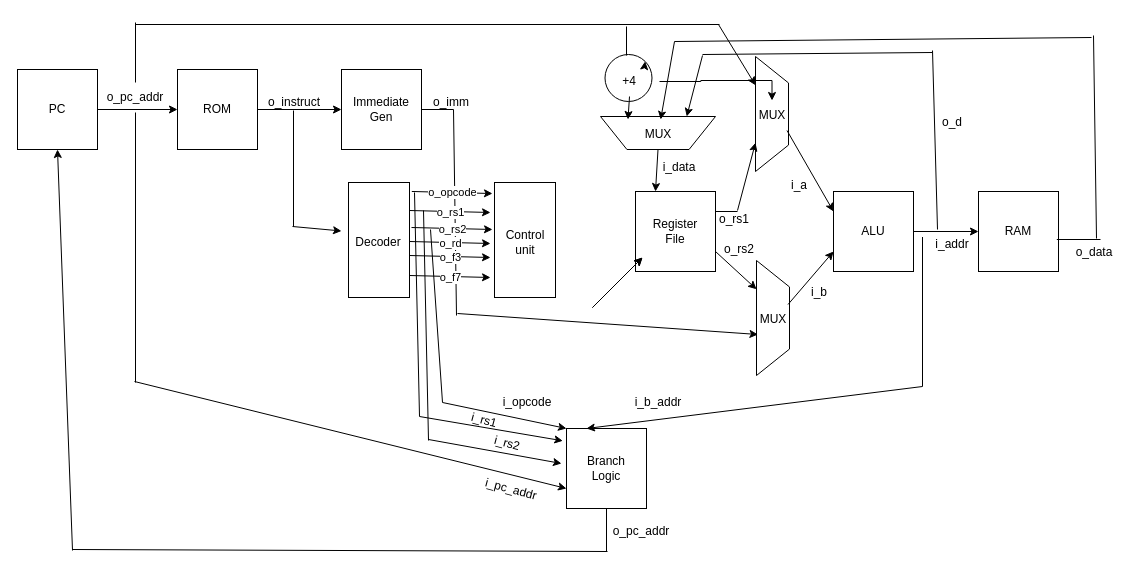
Earlier version of the draw.io diagram docs/workings/cpu.drawio (r4hulrr/micro-rv). Source tidied: cells renumbered, new cells numbered last; positions are measured from the earlier drawing's top-left corner, leaving out a move shared by most shapes. Both pictures are drawn from the tidied source at 100%, with x=0, y=0 at pixel (17, 22).
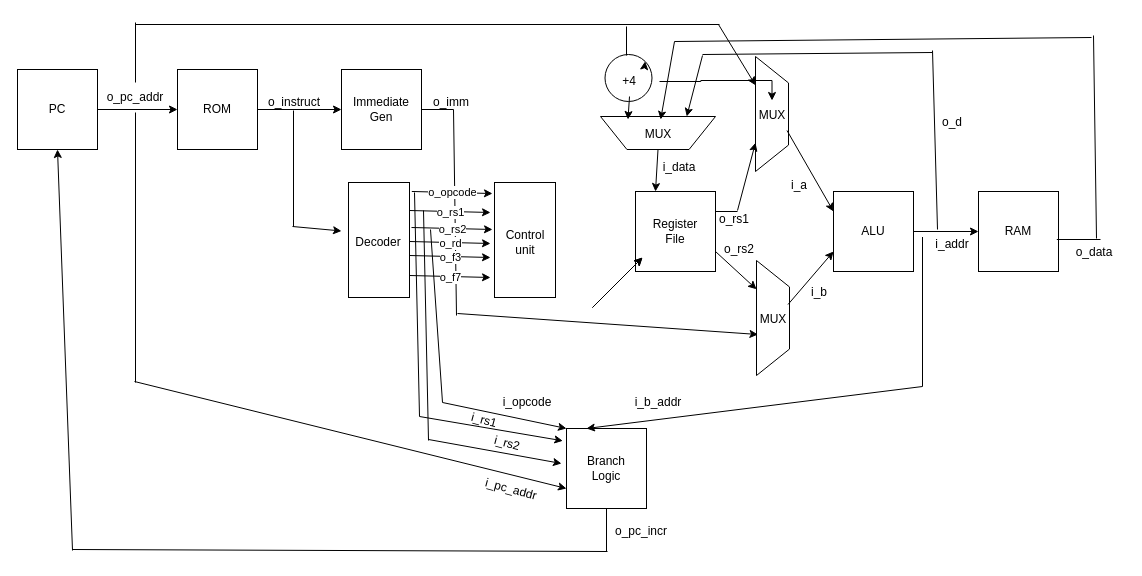
After the change.

Commit message (it also covers changes not shown here):
added completed architecture for a single cycle rv32i - should work on this hopefully

Change to the diagram source:
```diff
@@
-    <mxCell id="107" value="&lt;font style=&quot;color: light-dark(rgb(0, 0, 0), rgb(0, 0, 0));&quot;&gt;o_pc_addr&lt;/font&gt;" style="text;html=1;align=center;verticalAlign=middle;whiteSpace=wrap;rounded=0;" parent="1" vertex="1">
+    <mxCell id="107" value="&lt;font style=&quot;color: light-dark(rgb(0, 0, 0), rgb(0, 0, 0));&quot;&gt;o_pc_incr&lt;/font&gt;" style="text;html=1;align=center;verticalAlign=middle;whiteSpace=wrap;rounded=0;" parent="1" vertex="1">
       <mxGeometry x="594" y="494" width="60" height="30" as="geometry" />
     </mxCell>
```
